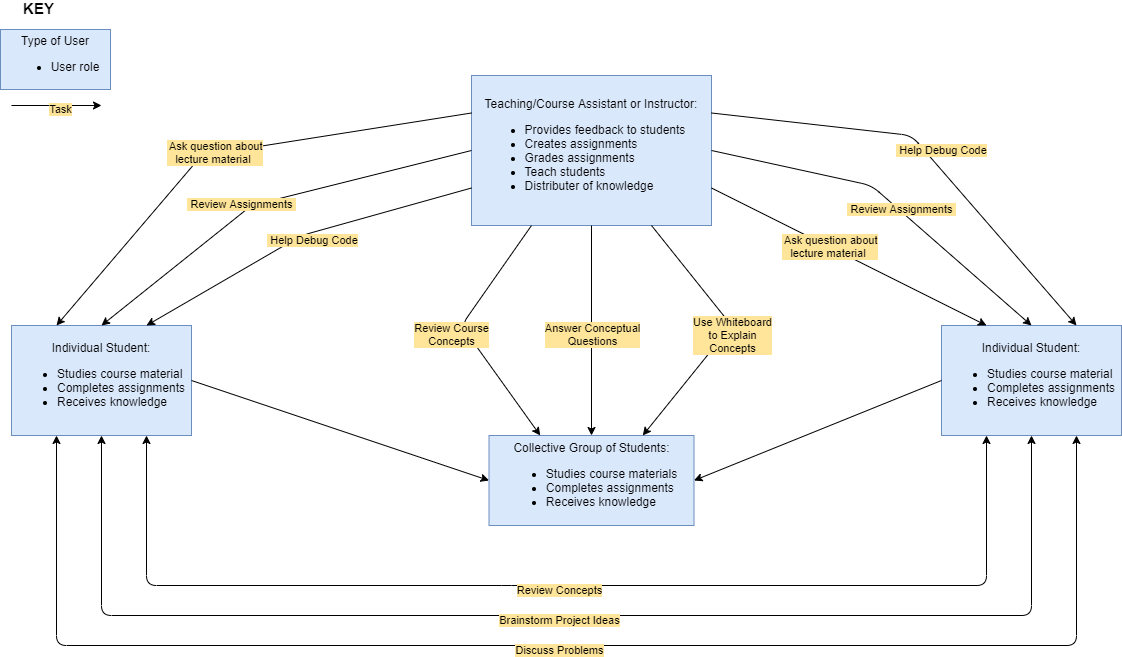
kinjmshah/kinjmshah.github.io keeps this draw.io diagram as images/hci/flow.png. Above is the earlier version. Source tidied: cells renumbered, new cells last; positions are measured from the earlier drawing's top-left corner, leaving out a move shared by most shapes.
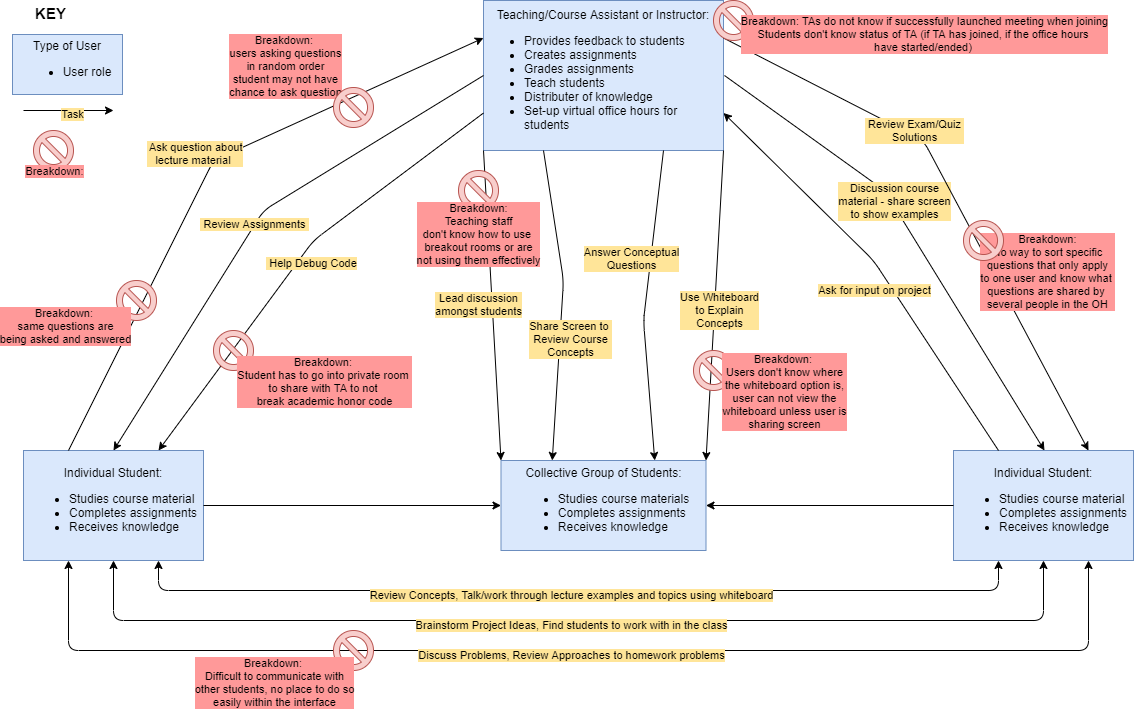
The same file after the commit.

The edit, as a diff of the source:
```diff
@@ -6,12 +6,12 @@
       <mxGeometry width="110" height="60" as="geometry" />
     </mxCell>
     <mxCell id="3" value="Individual Student:&lt;br&gt;&lt;ul&gt;&lt;li style=&quot;text-align: left&quot;&gt;Studies course material&lt;/li&gt;&lt;li style=&quot;text-align: left&quot;&gt;Completes assignments&lt;/li&gt;&lt;li style=&quot;text-align: left&quot;&gt;Receives knowledge&lt;/li&gt;&lt;/ul&gt;" style="rounded=0;whiteSpace=wrap;html=1;fillColor=#dae8fc;strokeColor=#6c8ebf;" parent="1" vertex="1">
-      <mxGeometry x="11" y="296" width="180" height="110" as="geometry" />
+      <mxGeometry x="11" y="416" width="180" height="110" as="geometry" />
     </mxCell>
-    <mxCell id="4" value="&lt;div&gt;&lt;span&gt;Teaching/Course Assistant&amp;nbsp;&lt;/span&gt;&lt;span&gt;or Instructor:&lt;/span&gt;&lt;/div&gt;&lt;div&gt;&lt;ul&gt;&lt;li style=&quot;text-align: left&quot;&gt;Provides feedback to students&lt;/li&gt;&lt;li style=&quot;text-align: left&quot;&gt;Creates assignments&lt;/li&gt;&lt;li style=&quot;text-align: left&quot;&gt;Grades assignments&lt;/li&gt;&lt;li style=&quot;text-align: left&quot;&gt;Teach students&lt;/li&gt;&lt;li style=&quot;text-align: left&quot;&gt;Distributer of knowledge&lt;/li&gt;&lt;/ul&gt;&lt;/div&gt;" style="rounded=0;whiteSpace=wrap;html=1;fillColor=#dae8fc;strokeColor=#6c8ebf;perimeterSpacing=0;" parent="1" vertex="1">
-      <mxGeometry x="471" y="46" width="240" height="150" as="geometry" />
+    <mxCell id="4" value="&lt;div&gt;&lt;span&gt;Teaching/Course Assistant&amp;nbsp;&lt;/span&gt;&lt;span&gt;or Instructor:&lt;/span&gt;&lt;/div&gt;&lt;div&gt;&lt;ul&gt;&lt;li style=&quot;text-align: left&quot;&gt;Provides feedback to students&lt;/li&gt;&lt;li style=&quot;text-align: left&quot;&gt;Creates assignments&lt;/li&gt;&lt;li style=&quot;text-align: left&quot;&gt;Grades assignments&lt;/li&gt;&lt;li style=&quot;text-align: left&quot;&gt;Teach students&lt;/li&gt;&lt;li style=&quot;text-align: left&quot;&gt;Distributer of knowledge&lt;/li&gt;&lt;li style=&quot;text-align: left&quot;&gt;Set-up virtual office hours for students&lt;/li&gt;&lt;/ul&gt;&lt;/div&gt;" style="rounded=0;whiteSpace=wrap;html=1;fillColor=#dae8fc;strokeColor=#6c8ebf;perimeterSpacing=0;" parent="1" vertex="1">
+      <mxGeometry x="471" y="-34" width="240" height="150" as="geometry" />
     </mxCell>
-    <mxCell id="5" style="endArrow=classic;html=1;exitX=0;exitY=0.25;exitDx=0;exitDy=0;entryX=0.25;entryY=0;entryDx=0;entryDy=0;" parent="1" edge="1" source="4" target="3">
+    <mxCell id="5" style="endArrow=none;html=1;exitX=0;exitY=0.25;exitDx=0;exitDy=0;entryX=0.25;entryY=0;entryDx=0;entryDy=0;startArrow=classic;startFill=1;endFill=0;" parent="1" edge="1" source="4" target="3">
       <mxGeometry relative="1" as="geometry">
         <Array as="points">
           <mxPoint x="201" y="126" />
@@ -32,7 +32,7 @@
     </mxCell>
     <mxCell id="8" value="&amp;nbsp;Review Assignments&amp;nbsp;" style="edgeLabel;html=1;align=center;verticalAlign=middle;labelBackgroundColor=#FFE599;" parent="7" vertex="1">
       <mxGeometry relative="1" as="geometry">
-        <mxPoint x="-27.4" y="2.5" as="offset" />
+        <mxPoint x="-3.2" y="2.5" as="offset" />
       </mxGeometry>
     </mxCell>
     <mxCell id="9" style="endArrow=classic;html=1;exitX=0;exitY=0.75;exitDx=0;exitDy=0;entryX=0.75;entryY=0;entryDx=0;entryDy=0;" parent="1" edge="1" source="4" target="3">
@@ -48,26 +48,32 @@
       </mxGeometry>
     </mxCell>
     <mxCell id="11" value="Individual Student:&lt;br&gt;&lt;ul&gt;&lt;li style=&quot;text-align: left&quot;&gt;Studies course material&lt;/li&gt;&lt;li style=&quot;text-align: left&quot;&gt;Completes assignments&lt;/li&gt;&lt;li style=&quot;text-align: left&quot;&gt;Receives knowledge&lt;/li&gt;&lt;/ul&gt;" style="rounded=0;whiteSpace=wrap;html=1;fillColor=#dae8fc;strokeColor=#6c8ebf;" parent="1" vertex="1">
-      <mxGeometry x="941" y="296" width="180" height="110" as="geometry" />
+      <mxGeometry x="941" y="416" width="180" height="110" as="geometry" />
     </mxCell>
-    <mxCell id="12" style="endArrow=classic;html=1;exitX=1;exitY=0.75;exitDx=0;exitDy=0;entryX=0.25;entryY=0;entryDx=0;entryDy=0;" parent="1" edge="1" source="4" target="11">
-      <mxGeometry relative="1" as="geometry" />
+    <mxCell id="12" style="endArrow=none;html=1;exitX=1;exitY=0.75;exitDx=0;exitDy=0;entryX=0.25;entryY=0;entryDx=0;entryDy=0;startArrow=classic;startFill=1;endFill=0;" parent="1" edge="1" source="4" target="11">
+      <mxGeometry relative="1" as="geometry">
+        <Array as="points">
+          <mxPoint x="861" y="226" />
+        </Array>
+      </mxGeometry>
     </mxCell>
-    <mxCell id="13" value="&amp;nbsp;Ask question about&lt;br&gt;lecture material&amp;nbsp;" style="edgeLabel;html=1;align=center;verticalAlign=middle;rotation=0;labelBackgroundColor=#FFE599;" parent="12" vertex="1">
+    <mxCell id="13" value="Ask for input on project" style="edgeLabel;html=1;align=center;verticalAlign=middle;rotation=0;labelBackgroundColor=#FFE599;" parent="12" vertex="1">
       <mxGeometry x="-0.15" y="1" relative="1" as="geometry">
-        <mxPoint y="0.8" as="offset" />
+        <mxPoint x="16.7" y="47.8" as="offset" />
       </mxGeometry>
     </mxCell>
-    <mxCell id="14" style="endArrow=classic;html=1;exitX=1;exitY=0.5;exitDx=0;exitDy=0;entryX=0.5;entryY=0;entryDx=0;entryDy=0;" parent="1" edge="1" source="4" target="11">
+    <mxCell id="14" style="endArrow=classic;html=1;exitX=1;exitY=0.5;exitDx=0;exitDy=0;entryX=0.5;entryY=0;entryDx=0;entryDy=0;" parent="1" edge="1">
       <mxGeometry relative="1" as="geometry">
+        <mxPoint x="712" y="41" as="sourcePoint" />
+        <mxPoint x="1032" y="416" as="targetPoint" />
         <Array as="points">
-          <mxPoint x="871" y="156" />
+          <mxPoint x="872" y="156" />
         </Array>
       </mxGeometry>
     </mxCell>
-    <mxCell id="15" value="&amp;nbsp;Review Assignments&amp;nbsp;" style="edgeLabel;html=1;align=center;verticalAlign=middle;labelBackgroundColor=#FFE599;" parent="14" vertex="1">
+    <mxCell id="15" value="Discussion course&lt;br&gt;material - share screen&lt;br&gt;to show examples" style="edgeLabel;html=1;align=center;verticalAlign=middle;labelBackgroundColor=#FFE599;" parent="14" vertex="1">
       <mxGeometry relative="1" as="geometry">
-        <mxPoint x="11.7" y="7.5" as="offset" />
+        <mxPoint x="-18.3" y="-36" as="offset" />
       </mxGeometry>
     </mxCell>
     <mxCell id="16" style="endArrow=classic;html=1;exitX=1;exitY=0.25;exitDx=0;exitDy=0;entryX=0.75;entryY=0;entryDx=0;entryDy=0;" parent="1" edge="1" source="4" target="11">
@@ -77,9 +83,9 @@
         </Array>
       </mxGeometry>
     </mxCell>
-    <mxCell id="17" value="&amp;nbsp;Help Debug Code" style="edgeLabel;html=1;align=center;verticalAlign=middle;labelBackgroundColor=#FFE599;" parent="16" vertex="1">
+    <mxCell id="17" value="&amp;nbsp;Review Exam/Quiz &lt;br&gt;Solutions" style="edgeLabel;html=1;align=center;verticalAlign=middle;labelBackgroundColor=#FFE599;" parent="16" vertex="1">
       <mxGeometry relative="1" as="geometry">
-        <mxPoint x="13.1" y="-4.3" as="offset" />
+        <mxPoint x="-39.7" y="-65.8" as="offset" />
       </mxGeometry>
     </mxCell>
     <mxCell id="18" style="endArrow=classic;html=1;entryX=0.25;entryY=1;entryDx=0;entryDy=0;startArrow=classic;startFill=1;exitX=0.75;exitY=1;exitDx=0;exitDy=0;" parent="1" edge="1" source="11" target="3">
@@ -90,7 +96,7 @@
         </Array>
       </mxGeometry>
     </mxCell>
-    <mxCell id="19" value="Discuss Problems" style="edgeLabel;html=1;align=center;verticalAlign=middle;labelBackgroundColor=#FFE599;" parent="18" vertex="1">
+    <mxCell id="19" value="Discuss Problems, Review Approaches to homework problems" style="edgeLabel;html=1;align=center;verticalAlign=middle;labelBackgroundColor=#FFE599;" parent="18" vertex="1">
       <mxGeometry relative="1" as="geometry">
         <mxPoint x="-7.2" y="4.1" as="offset" />
       </mxGeometry>
@@ -103,7 +109,7 @@
         </Array>
       </mxGeometry>
     </mxCell>
-    <mxCell id="21" value="Brainstorm Project Ideas" style="edgeLabel;html=1;align=center;verticalAlign=middle;labelBackgroundColor=#FFE599;" parent="20" vertex="1">
+    <mxCell id="21" value="Brainstorm Project Ideas, Find students to work with in the class" style="edgeLabel;html=1;align=center;verticalAlign=middle;labelBackgroundColor=#FFE599;" parent="20" vertex="1">
       <mxGeometry relative="1" as="geometry">
         <mxPoint x="-7.2" y="4.1" as="offset" />
       </mxGeometry>
@@ -117,13 +123,13 @@
         </Array>
       </mxGeometry>
     </mxCell>
-    <mxCell id="23" value="Review Concepts" style="edgeLabel;html=1;align=center;verticalAlign=middle;labelBackgroundColor=#FFE599;" parent="22" vertex="1">
+    <mxCell id="23" value="Review Concepts, Talk/work through lecture examples and topics using whiteboard" style="edgeLabel;html=1;align=center;verticalAlign=middle;labelBackgroundColor=#FFE599;" parent="22" vertex="1">
       <mxGeometry relative="1" as="geometry">
         <mxPoint x="-7.2" y="4.1" as="offset" />
       </mxGeometry>
     </mxCell>
     <mxCell id="24" value="Collective Group of Students:&lt;br&gt;&lt;ul&gt;&lt;li style=&quot;text-align: left&quot;&gt;&lt;span style=&quot;font-size: 12px&quot;&gt;Studies course materials&lt;/span&gt;&lt;/li&gt;&lt;li style=&quot;text-align: left&quot;&gt;&lt;span&gt;Completes assignments&lt;/span&gt;&lt;/li&gt;&lt;li style=&quot;text-align: left&quot;&gt;&lt;span style=&quot;font-size: 12px&quot;&gt;Receives knowledge&lt;/span&gt;&lt;/li&gt;&lt;/ul&gt;" style="rounded=0;whiteSpace=wrap;html=1;fillColor=#dae8fc;strokeColor=#6c8ebf;" parent="1" vertex="1">
-      <mxGeometry x="488.5" y="406" width="205" height="90" as="geometry" />
+      <mxGeometry x="488.5" y="426" width="205" height="90" as="geometry" />
     </mxCell>
     <mxCell id="25" style="endArrow=classic;html=1;exitX=1;exitY=0.5;exitDx=0;exitDy=0;entryX=0;entryY=0.5;entryDx=0;entryDy=0;" parent="1" edge="1" source="3" target="24">
       <mxGeometry relative="1" as="geometry" />
@@ -131,32 +137,28 @@
     <mxCell id="26" style="endArrow=classic;html=1;exitX=0;exitY=0.5;exitDx=0;exitDy=0;entryX=1;entryY=0.5;entryDx=0;entryDy=0;startArrow=none;startFill=0;" parent="1" edge="1" source="11" target="24">
       <mxGeometry relative="1" as="geometry" />
     </mxCell>
-    <mxCell id="27" style="endArrow=classic;html=1;exitX=0.25;exitY=1;exitDx=0;exitDy=0;entryX=0.25;entryY=0;entryDx=0;entryDy=0;" parent="1" edge="1" source="4" target="24">
-      <mxGeometry relative="1" as="geometry">
-        <Array as="points">
-          <mxPoint x="461" y="296" />
-        </Array>
-      </mxGeometry>
+    <mxCell id="27" style="endArrow=classic;html=1;exitX=0;exitY=1;exitDx=0;exitDy=0;entryX=0;entryY=0;entryDx=0;entryDy=0;" parent="1" edge="1" source="4" target="24">
+      <mxGeometry relative="1" as="geometry" />
     </mxCell>
-    <mxCell id="28" value="Review Course&lt;br&gt;Concepts" style="edgeLabel;html=1;align=center;verticalAlign=middle;labelBackgroundColor=#FFE599;" parent="27" vertex="1">
+    <mxCell id="28" value="Lead discussion&lt;br&gt;amongst students" style="edgeLabel;html=1;align=center;verticalAlign=middle;labelBackgroundColor=#FFE599;" parent="27" vertex="1">
       <mxGeometry relative="1" as="geometry">
-        <mxPoint x="-14" y="3.3" as="offset" />
+        <mxPoint x="-14" y="-1.2" as="offset" />
       </mxGeometry>
     </mxCell>
-    <mxCell id="29" style="endArrow=classic;html=1;exitX=0.5;exitY=1;exitDx=0;exitDy=0;entryX=0.5;entryY=0;entryDx=0;entryDy=0;" parent="1" edge="1" source="4" target="24">
-      <mxGeometry relative="1" as="geometry" />
+    <mxCell id="29" style="endArrow=classic;html=1;exitX=0.25;exitY=1;exitDx=0;exitDy=0;entryX=0.25;entryY=0;entryDx=0;entryDy=0;" parent="1" edge="1" source="4" target="24">
+      <mxGeometry relative="1" as="geometry">
+        <Array as="points">
+          <mxPoint x="551" y="246" />
+        </Array>
+      </mxGeometry>
     </mxCell>
-    <mxCell id="30" value="Answer Conceptual&lt;br&gt;Questions" style="edgeLabel;html=1;align=center;verticalAlign=middle;labelBackgroundColor=#FFE599;" parent="29" vertex="1">
+    <mxCell id="30" value="Share Screen to&amp;nbsp;&lt;br&gt;Review Course&lt;br&gt;Concepts" style="edgeLabel;html=1;align=center;verticalAlign=middle;labelBackgroundColor=#FFE599;" parent="29" vertex="1">
       <mxGeometry relative="1" as="geometry">
-        <mxPoint y="3.3" as="offset" />
+        <mxPoint x="8.3" y="34.6" as="offset" />
       </mxGeometry>
     </mxCell>
-    <mxCell id="31" style="endArrow=classic;html=1;exitX=0.75;exitY=1;exitDx=0;exitDy=0;entryX=0.75;entryY=0;entryDx=0;entryDy=0;" parent="1" edge="1" source="4" target="24">
-      <mxGeometry relative="1" as="geometry">
-        <Array as="points">
-          <mxPoint x="731" y="296" />
-        </Array>
-      </mxGeometry>
+    <mxCell id="31" style="endArrow=classic;html=1;exitX=1;exitY=1;exitDx=0;exitDy=0;entryX=1;entryY=0;entryDx=0;entryDy=0;" parent="1" edge="1" source="4" target="24">
+      <mxGeometry relative="1" as="geometry" />
     </mxCell>
     <mxCell id="32" value="Use Whiteboard&lt;br&gt;to Explain&lt;br&gt;Concepts" style="edgeLabel;html=1;align=center;verticalAlign=middle;labelBackgroundColor=#FFE599;" parent="31" vertex="1">
       <mxGeometry relative="1" as="geometry">
@@ -179,5 +181,77 @@
         <mxPoint x="-124" y="-21" as="offset" />
       </mxGeometry>
     </mxCell>
+    <mxCell id="36" style="verticalLabelPosition=bottom;verticalAlign=top;html=1;shape=mxgraph.basic.no_symbol;labelBackgroundColor=#FFFFFF;fillColor=#f8cecc;strokeColor=#b85450;" parent="1" vertex="1">
+      <mxGeometry x="321" y="596" width="40" height="40" as="geometry" />
+    </mxCell>
+    <mxCell id="37" style="verticalLabelPosition=bottom;verticalAlign=top;html=1;shape=mxgraph.basic.no_symbol;labelBackgroundColor=#FFFFFF;fillColor=#f8cecc;strokeColor=#b85450;" parent="1" vertex="1">
+      <mxGeometry x="201" y="296" width="40" height="40" as="geometry" />
+    </mxCell>
+    <mxCell id="38" style="verticalLabelPosition=bottom;verticalAlign=top;html=1;shape=mxgraph.basic.no_symbol;labelBackgroundColor=#FFFFFF;fillColor=#f8cecc;strokeColor=#b85450;" parent="1" vertex="1">
+      <mxGeometry x="104" y="246" width="40" height="40" as="geometry" />
+    </mxCell>
+    <mxCell id="39" value="Breakdown:&amp;nbsp;&lt;br&gt;users asking questions&lt;br&gt;in random order&lt;br&gt;student may not have&lt;br&gt;chance to ask question" style="edgeLabel;html=1;align=center;verticalAlign=middle;labelBackgroundColor=#FF9999;" parent="1" vertex="1">
+      <mxGeometry x="131" y="86" as="geometry">
+        <mxPoint x="141" y="-55" as="offset" />
+      </mxGeometry>
+    </mxCell>
+    <mxCell id="40" style="verticalLabelPosition=bottom;verticalAlign=top;html=1;shape=mxgraph.basic.no_symbol;labelBackgroundColor=#FFFFFF;fillColor=#f8cecc;strokeColor=#b85450;" parent="1" vertex="1">
+      <mxGeometry x="681" y="316" width="40" height="40" as="geometry" />
+    </mxCell>
+    <mxCell id="41" value="Breakdown: &lt;br&gt;Student has to go into private room &lt;br&gt;to share with TA to not &lt;br&gt;break academic honor code" style="edgeLabel;html=1;align=center;verticalAlign=middle;labelBackgroundColor=#FF9999;" parent="1" vertex="1">
+      <mxGeometry x="311" y="346" as="geometry" />
+    </mxCell>
+    <mxCell id="42" style="verticalLabelPosition=bottom;verticalAlign=top;html=1;shape=mxgraph.basic.no_symbol;labelBackgroundColor=#FFFFFF;fillColor=#f8cecc;strokeColor=#b85450;" parent="1" vertex="1">
+      <mxGeometry x="21" y="96" width="40" height="40" as="geometry" />
+    </mxCell>
+    <mxCell id="43" value="Breakdown:" style="edgeLabel;html=1;align=center;verticalAlign=middle;labelBackgroundColor=#FF9999;" parent="1" vertex="1">
+      <mxGeometry x="41" y="136" as="geometry" />
+    </mxCell>
+    <mxCell id="44" value="Breakdown: &lt;br&gt;Users don't know where&lt;br&gt;the whiteboard option is,&lt;br&gt;user can not view the&lt;br&gt;whiteboard unless user is&lt;br&gt;sharing screen" style="edgeLabel;html=1;align=center;verticalAlign=middle;labelBackgroundColor=#FF9999;" parent="1" vertex="1">
+      <mxGeometry x="771" y="356" as="geometry" />
+    </mxCell>
+    <mxCell id="45" value="Breakdown: &lt;br&gt;Difficult to communicate with&lt;br&gt;other students, no place to do so&lt;br&gt;easily within the interface" style="edgeLabel;html=1;align=center;verticalAlign=middle;labelBackgroundColor=#FF9999;" parent="1" vertex="1">
+      <mxGeometry x="261" y="647" as="geometry" />
+    </mxCell>
+    <mxCell id="46" style="endArrow=classic;html=1;exitX=0.75;exitY=1;exitDx=0;exitDy=0;entryX=0.75;entryY=0;entryDx=0;entryDy=0;" parent="1" edge="1" source="4" target="24">
+      <mxGeometry relative="1" as="geometry">
+        <Array as="points">
+          <mxPoint x="631" y="286" />
+        </Array>
+      </mxGeometry>
+    </mxCell>
+    <mxCell id="47" value="Answer Conceptual&lt;br&gt;Questions" style="edgeLabel;html=1;align=center;verticalAlign=middle;labelBackgroundColor=#FFE599;" parent="46" vertex="1">
+      <mxGeometry relative="1" as="geometry">
+        <mxPoint x="-14.7" y="-47.2" as="offset" />
+      </mxGeometry>
+    </mxCell>
+    <mxCell id="48" style="verticalLabelPosition=bottom;verticalAlign=top;html=1;shape=mxgraph.basic.no_symbol;labelBackgroundColor=#FFFFFF;fillColor=#f8cecc;strokeColor=#b85450;" parent="1" vertex="1">
+      <mxGeometry x="446" y="136" width="40" height="40" as="geometry" />
+    </mxCell>
+    <mxCell id="49" value="Breakdown:&lt;br&gt;Teaching staff&lt;br&gt;don't know how to use&amp;nbsp;&lt;br&gt;breakout rooms or are&lt;br&gt;not using them effectively" style="edgeLabel;html=1;align=center;verticalAlign=middle;labelBackgroundColor=#FF9999;" parent="1" vertex="1">
+      <mxGeometry x="831" y="386" as="geometry">
+        <mxPoint x="-366" y="-187" as="offset" />
+      </mxGeometry>
+    </mxCell>
+    <mxCell id="50" value="Breakdown:&lt;br&gt;No way to sort specific&lt;br&gt;questions that only apply&lt;br&gt;to one user and know what&amp;nbsp;&lt;br&gt;questions are shared by&amp;nbsp;&lt;br&gt;several people in the OH" style="edgeLabel;html=1;align=center;verticalAlign=middle;labelBackgroundColor=#FF9999;" parent="1" vertex="1">
+      <mxGeometry x="1034" y="236" as="geometry" />
+    </mxCell>
+    <mxCell id="51" style="verticalLabelPosition=bottom;verticalAlign=top;html=1;shape=mxgraph.basic.no_symbol;labelBackgroundColor=#FFFFFF;fillColor=#f8cecc;strokeColor=#b85450;" parent="1" vertex="1">
+      <mxGeometry x="951" y="186" width="40" height="40" as="geometry" />
+    </mxCell>
+    <mxCell id="52" style="verticalLabelPosition=bottom;verticalAlign=top;html=1;shape=mxgraph.basic.no_symbol;labelBackgroundColor=#FFFFFF;fillColor=#f8cecc;strokeColor=#b85450;" parent="1" vertex="1">
+      <mxGeometry x="701" y="-34" width="40" height="40" as="geometry" />
+    </mxCell>
+    <mxCell id="53" value="Breakdown: TAs do not know if successfully launched meeting when joining&lt;br&gt;Students don't know status of TA (if TA has joined, if the office hours &lt;br&gt;have started/ended)&amp;nbsp;" style="edgeLabel;html=1;align=center;verticalAlign=middle;labelBackgroundColor=#FF9999;" parent="1" vertex="1">
+      <mxGeometry x="911" as="geometry" />
+    </mxCell>
+    <mxCell id="54" style="verticalLabelPosition=bottom;verticalAlign=top;html=1;shape=mxgraph.basic.no_symbol;labelBackgroundColor=#FFFFFF;fillColor=#f8cecc;strokeColor=#b85450;" parent="1" vertex="1">
+      <mxGeometry x="321" y="53" width="40" height="40" as="geometry" />
+    </mxCell>
+    <mxCell id="55" value="Breakdown:&amp;nbsp;&lt;br&gt;same questions are&lt;br&gt;being asked and answered" style="edgeLabel;html=1;align=center;verticalAlign=middle;labelBackgroundColor=#FF9999;" parent="1" vertex="1">
+      <mxGeometry x="-89" y="346" as="geometry">
+        <mxPoint x="141" y="-55" as="offset" />
+      </mxGeometry>
+    </mxCell>
   </root>
 </mxGraphModel>
```
